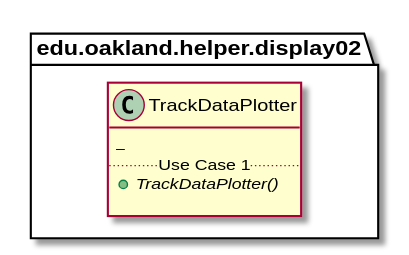
Earlier version of the PlantUML export docs/uml-class-diagrams/display02/helper/TrackDataPlotter/TrackDataPlotter_Closure.svg (andrewdimmer/csi-3370-software-project).
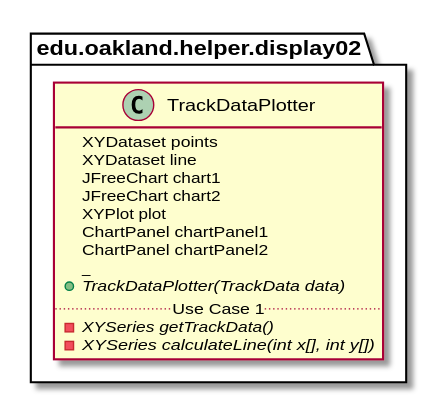
The same diagram one commit later.

Diff of the diagram source:
```diff
@@ -3,10 +3,18 @@
 
 package edu.oakland.helper.display02 {
     class TrackDataPlotter {
+    XYDataset points
+    XYDataset line
+    JFreeChart chart1
+    JFreeChart chart2
+    XYPlot plot
+    ChartPanel chartPanel1
+    ChartPanel chartPanel2
     _
+    {abstract} + TrackDataPlotter(TrackData data)
     .. Use Case 1 ..
-    {abstract} + TrackDataPlotter()
-
+    {abstract} - XYSeries getTrackData()
+    {abstract} - XYSeries calculateLine(int x[], int y[])
     }
 }
 
```
